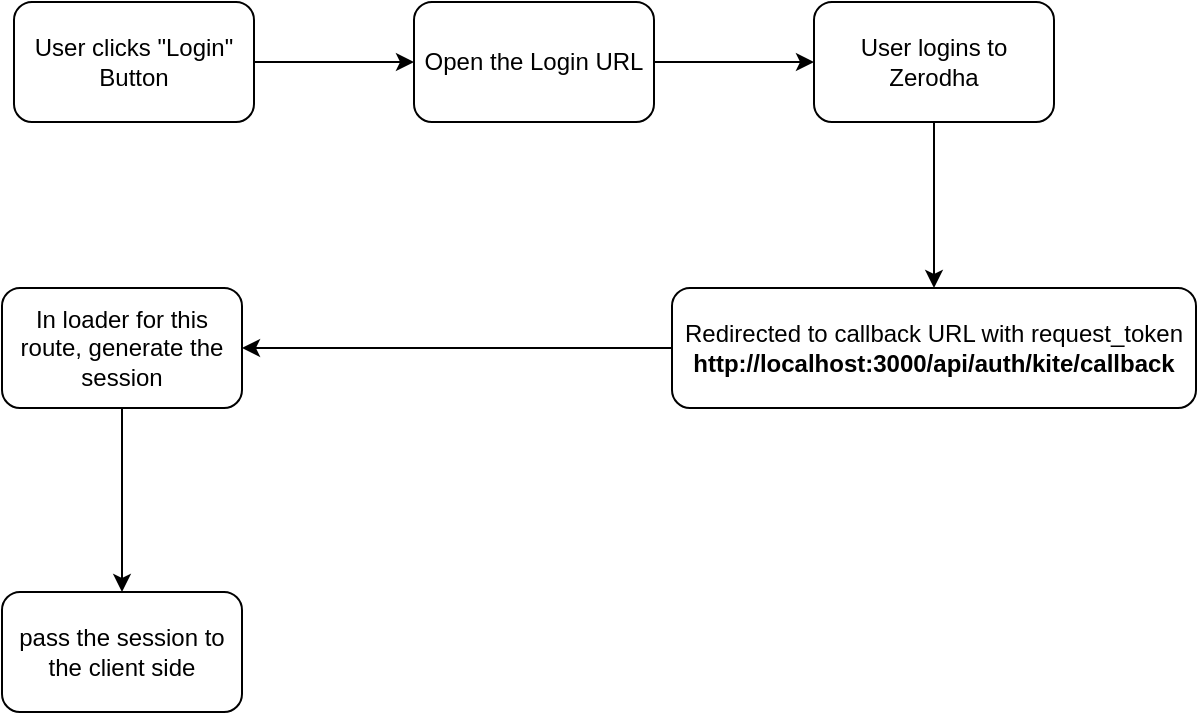
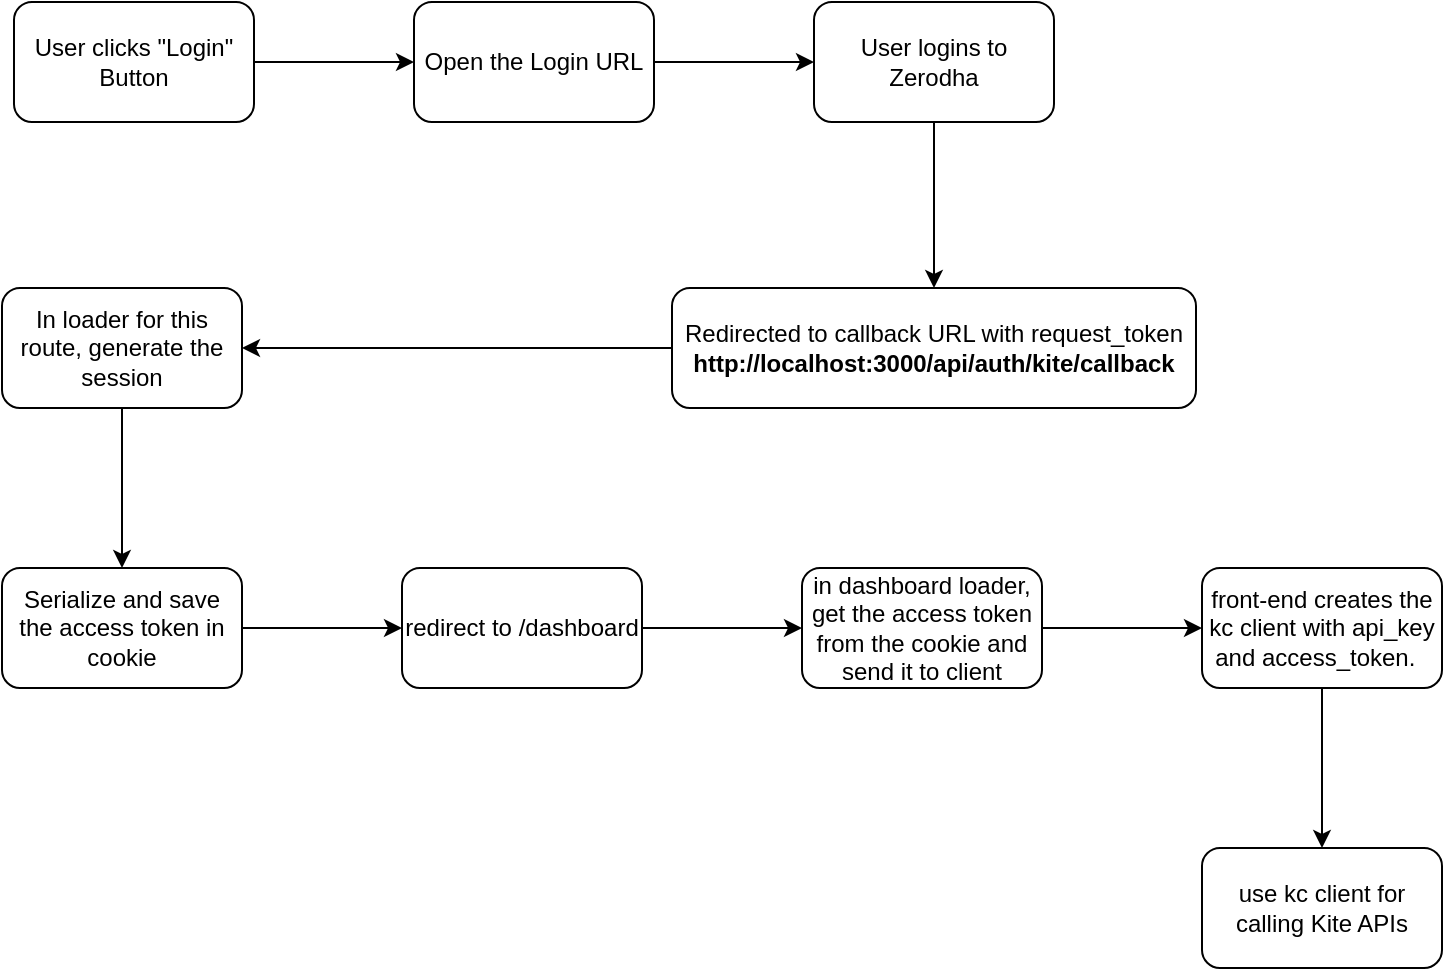
<mxfile host="app.diagrams.net" pages="3">
  <diagram id="4KjMPYYtLXdBkkJX1B08" name="Auth">
-     <mxGraphModel dx="957" dy="626" grid="0" gridSize="10" guides="1" tooltips="1" connect="1" arrows="1" fold="1" page="0" pageScale="1" pageWidth="402" pageHeight="874" math="0" shadow="0">
+     <mxGraphModel dx="1276" dy="835" grid="0" gridSize="10" guides="1" tooltips="1" connect="1" arrows="1" fold="1" page="0" pageScale="1" pageWidth="402" pageHeight="874" math="0" shadow="0">
      <root>
        <mxCell id="0" />
        <mxCell id="1" parent="0" />
        <mxCell id="pPH6oVQiPgVcm9OUePWL-3" edge="1" parent="1" source="pPH6oVQiPgVcm9OUePWL-1" style="edgeStyle=orthogonalEdgeStyle;rounded=0;orthogonalLoop=1;jettySize=auto;html=1;" target="pPH6oVQiPgVcm9OUePWL-2" value="">
          <mxGeometry relative="1" as="geometry" />
        </mxCell>
        <mxCell id="pPH6oVQiPgVcm9OUePWL-1" parent="1" style="rounded=1;whiteSpace=wrap;html=1;" value="User clicks &quot;Login&quot; Button" vertex="1">
          <mxGeometry height="60" width="120" x="23" y="101" as="geometry" />
        </mxCell>
        <mxCell id="pPH6oVQiPgVcm9OUePWL-5" edge="1" parent="1" source="pPH6oVQiPgVcm9OUePWL-2" style="edgeStyle=orthogonalEdgeStyle;rounded=0;orthogonalLoop=1;jettySize=auto;html=1;" target="pPH6oVQiPgVcm9OUePWL-4" value="">
          <mxGeometry relative="1" as="geometry" />
        </mxCell>
        <mxCell id="pPH6oVQiPgVcm9OUePWL-2" parent="1" style="whiteSpace=wrap;html=1;rounded=1;" value="Open the Login URL" vertex="1">
          <mxGeometry height="60" width="120" x="223" y="101" as="geometry" />
        </mxCell>
        <mxCell id="pPH6oVQiPgVcm9OUePWL-7" edge="1" parent="1" source="pPH6oVQiPgVcm9OUePWL-4" style="edgeStyle=orthogonalEdgeStyle;rounded=0;orthogonalLoop=1;jettySize=auto;html=1;" target="pPH6oVQiPgVcm9OUePWL-6" value="">
          <mxGeometry relative="1" as="geometry" />
        </mxCell>
        <mxCell id="pPH6oVQiPgVcm9OUePWL-4" parent="1" style="whiteSpace=wrap;html=1;rounded=1;" value="User logins to Zerodha" vertex="1">
          <mxGeometry height="60" width="120" x="423" y="101" as="geometry" />
        </mxCell>
        <mxCell id="pPH6oVQiPgVcm9OUePWL-9" edge="1" parent="1" source="pPH6oVQiPgVcm9OUePWL-6" style="edgeStyle=orthogonalEdgeStyle;rounded=0;orthogonalLoop=1;jettySize=auto;html=1;" target="pPH6oVQiPgVcm9OUePWL-8" value="">
          <mxGeometry relative="1" as="geometry" />
        </mxCell>
        <mxCell id="pPH6oVQiPgVcm9OUePWL-6" parent="1" style="whiteSpace=wrap;html=1;rounded=1;" value="Redirected to callback URL with request_token&lt;br&gt;&lt;b&gt;http://localhost:3000/api/auth/kite/callback&lt;/b&gt;" vertex="1">
          <mxGeometry height="60" width="262" x="352" y="244" as="geometry" />
        </mxCell>
-         <mxCell id="pPH6oVQiPgVcm9OUePWL-11" edge="1" parent="1" source="pPH6oVQiPgVcm9OUePWL-8" style="edgeStyle=orthogonalEdgeStyle;rounded=0;orthogonalLoop=1;jettySize=auto;html=1;" target="pPH6oVQiPgVcm9OUePWL-10" value="">
+         <mxCell id="pPH6oVQiPgVcm9OUePWL-13" edge="1" parent="1" source="pPH6oVQiPgVcm9OUePWL-8" style="edgeStyle=orthogonalEdgeStyle;rounded=0;orthogonalLoop=1;jettySize=auto;html=1;" target="pPH6oVQiPgVcm9OUePWL-12" value="">
          <mxGeometry relative="1" as="geometry" />
        </mxCell>
        <mxCell id="pPH6oVQiPgVcm9OUePWL-8" parent="1" style="whiteSpace=wrap;html=1;rounded=1;" value="In loader for this route, generate the session" vertex="1">
          <mxGeometry height="60" width="120" x="17" y="244" as="geometry" />
        </mxCell>
-         <mxCell id="pPH6oVQiPgVcm9OUePWL-10" parent="1" style="whiteSpace=wrap;html=1;rounded=1;" value="pass the session to the client side" vertex="1">
-           <mxGeometry height="60" width="120" x="17" y="396" as="geometry" />
+         <mxCell id="pPH6oVQiPgVcm9OUePWL-15" edge="1" parent="1" source="pPH6oVQiPgVcm9OUePWL-12" style="edgeStyle=orthogonalEdgeStyle;rounded=0;orthogonalLoop=1;jettySize=auto;html=1;" target="pPH6oVQiPgVcm9OUePWL-14" value="">
+           <mxGeometry relative="1" as="geometry" />
+         </mxCell>
+         <mxCell id="pPH6oVQiPgVcm9OUePWL-12" parent="1" style="whiteSpace=wrap;html=1;rounded=1;" value="Serialize and save the access token in cookie" vertex="1">
+           <mxGeometry height="60" width="120" x="17" y="384" as="geometry" />
+         </mxCell>
+         <mxCell id="pPH6oVQiPgVcm9OUePWL-17" edge="1" parent="1" source="pPH6oVQiPgVcm9OUePWL-14" style="edgeStyle=orthogonalEdgeStyle;rounded=0;orthogonalLoop=1;jettySize=auto;html=1;" target="pPH6oVQiPgVcm9OUePWL-16" value="">
+           <mxGeometry relative="1" as="geometry" />
+         </mxCell>
+         <mxCell id="pPH6oVQiPgVcm9OUePWL-14" parent="1" style="whiteSpace=wrap;html=1;rounded=1;" value="redirect to /dashboard" vertex="1">
+           <mxGeometry height="60" width="120" x="217" y="384" as="geometry" />
+         </mxCell>
+         <mxCell id="pPH6oVQiPgVcm9OUePWL-19" edge="1" parent="1" source="pPH6oVQiPgVcm9OUePWL-16" style="edgeStyle=orthogonalEdgeStyle;rounded=0;orthogonalLoop=1;jettySize=auto;html=1;" target="pPH6oVQiPgVcm9OUePWL-18" value="">
+           <mxGeometry relative="1" as="geometry" />
+         </mxCell>
+         <mxCell id="pPH6oVQiPgVcm9OUePWL-16" parent="1" style="whiteSpace=wrap;html=1;rounded=1;" value="in dashboard loader, get the access token from the cookie and send it to client" vertex="1">
+           <mxGeometry height="60" width="120" x="417" y="384" as="geometry" />
+         </mxCell>
+         <mxCell id="pPH6oVQiPgVcm9OUePWL-21" edge="1" parent="1" source="pPH6oVQiPgVcm9OUePWL-18" style="edgeStyle=orthogonalEdgeStyle;rounded=0;orthogonalLoop=1;jettySize=auto;html=1;" target="pPH6oVQiPgVcm9OUePWL-20" value="">
+           <mxGeometry relative="1" as="geometry" />
+         </mxCell>
+         <mxCell id="pPH6oVQiPgVcm9OUePWL-18" parent="1" style="whiteSpace=wrap;html=1;rounded=1;" value="front-end creates the kc client with api_key and access_token.&amp;nbsp;&amp;nbsp;" vertex="1">
+           <mxGeometry height="60" width="120" x="617" y="384" as="geometry" />
+         </mxCell>
+         <mxCell id="pPH6oVQiPgVcm9OUePWL-20" parent="1" style="whiteSpace=wrap;html=1;rounded=1;" value="use kc client for calling Kite APIs" vertex="1">
+           <mxGeometry height="60" width="120" x="617" y="524" as="geometry" />
        </mxCell>
      </root>
    </mxGraphModel>
  </diagram>
  <diagram name="UI/UX" id="5MV4RERJIjpIYta4IkZD">
    <mxGraphModel dx="3134" dy="2189" grid="0" gridSize="10" guides="1" tooltips="1" connect="1" arrows="1" fold="1" page="0" pageScale="1" pageWidth="402" pageHeight="874" background="#ffffff" math="0" shadow="0">
      <root>
        <mxCell id="0" />
        <mxCell id="1" parent="0" />
        <mxCell id="ExlUUjPYo0Ii6ma58Pc_-14" parent="1" style="rounded=1;whiteSpace=wrap;html=1;" value="" vertex="1">
          <mxGeometry height="321" width="1097" x="-296" y="-20" as="geometry" />
        </mxCell>
        <mxCell id="ExlUUjPYo0Ii6ma58Pc_-13" parent="1" style="rounded=1;whiteSpace=wrap;html=1;" value="" vertex="1">
          <mxGeometry height="321" width="1097" x="-287" y="732" as="geometry" />
        </mxCell>
        <mxCell id="iMmVTYed4h1aN_pzg3ix-1" parent="1" style="text;html=1;whiteSpace=wrap;strokeColor=none;fillColor=none;align=center;verticalAlign=middle;rounded=0;fontStyle=1;fontSize=48;fontColor=light-dark(#7a7978, #ededed);" value="Net Qty." vertex="1">
          <mxGeometry height="59" width="60" x="-120" y="72" as="geometry" />
        </mxCell>
        <mxCell id="iMmVTYed4h1aN_pzg3ix-2" parent="1" style="text;html=1;whiteSpace=wrap;strokeColor=none;fillColor=none;align=center;verticalAlign=middle;rounded=0;fontStyle=1;fontSize=48;fontColor=light-dark(#7a7978, #ededed);" value="AVG. PRICE" vertex="1">
          <mxGeometry height="59" width="60" x="149" y="61" as="geometry" />
        </mxCell>
        <mxCell id="iMmVTYed4h1aN_pzg3ix-3" parent="1" style="text;html=1;whiteSpace=wrap;strokeColor=none;fillColor=none;align=center;verticalAlign=middle;rounded=0;fontStyle=1;fontSize=48;fontColor=light-dark(#7a7978, #ededed);" value="LTP" vertex="1">
          <mxGeometry height="59" width="60" x="418" y="61" as="geometry" />
        </mxCell>
        <mxCell id="iMmVTYed4h1aN_pzg3ix-4" parent="1" style="text;html=1;whiteSpace=wrap;strokeColor=none;fillColor=none;align=center;verticalAlign=middle;rounded=0;fontStyle=1;fontSize=48;fontColor=light-dark(#7a7978, #ededed);" value="PnL" vertex="1">
          <mxGeometry height="59" width="60" x="687" y="61" as="geometry" />
        </mxCell>
        <mxCell id="iMmVTYed4h1aN_pzg3ix-5" parent="1" style="text;html=1;whiteSpace=wrap;strokeColor=none;fillColor=none;align=center;verticalAlign=middle;rounded=0;fontSize=36;fontStyle=1" value="100" vertex="1">
          <mxGeometry height="30" width="60" x="-120" y="211" as="geometry" />
        </mxCell>
        <mxCell id="iMmVTYed4h1aN_pzg3ix-6" parent="1" style="text;html=1;whiteSpace=wrap;strokeColor=none;fillColor=none;align=center;verticalAlign=middle;rounded=0;fontSize=36;fontStyle=1" value="36.40" vertex="1">
          <mxGeometry height="30" width="60" x="149" y="211" as="geometry" />
        </mxCell>
        <mxCell id="iMmVTYed4h1aN_pzg3ix-7" parent="1" style="text;html=1;whiteSpace=wrap;strokeColor=none;fillColor=none;align=center;verticalAlign=middle;rounded=0;fontSize=36;fontStyle=1" value="37.45" vertex="1">
          <mxGeometry height="30" width="60" x="418" y="211" as="geometry" />
        </mxCell>
        <mxCell id="iMmVTYed4h1aN_pzg3ix-8" parent="1" style="text;html=1;whiteSpace=wrap;strokeColor=none;fillColor=none;align=center;verticalAlign=middle;rounded=0;fontSize=36;fontStyle=1" value="100" vertex="1">
          <mxGeometry height="30" width="60" x="687" y="211" as="geometry" />
        </mxCell>
        <mxCell id="7si3vGMUa6yKKs87A3T9-2" edge="1" parent="1" source="7si3vGMUa6yKKs87A3T9-1" style="edgeStyle=orthogonalEdgeStyle;rounded=0;orthogonalLoop=1;jettySize=auto;html=1;exitX=0.5;exitY=0;exitDx=0;exitDy=0;entryX=0;entryY=0.5;entryDx=0;entryDy=0;" target="iMmVTYed4h1aN_pzg3ix-5">
          <mxGeometry relative="1" as="geometry">
            <Array as="points">
              <mxPoint x="-283" y="227" />
              <mxPoint x="-139" y="227" />
            </Array>
            <mxPoint x="-139.09090909090924" y="259.27272727272725" as="targetPoint" />
          </mxGeometry>
        </mxCell>
        <mxCell id="7si3vGMUa6yKKs87A3T9-1" parent="1" style="text;html=1;whiteSpace=wrap;strokeColor=none;fillColor=none;align=center;verticalAlign=middle;rounded=0;fontStyle=1" value="Red color if negative, blue color if positive" vertex="1">
          <mxGeometry height="70" width="129" x="-347" y="453" as="geometry" />
        </mxCell>
        <mxCell id="7si3vGMUa6yKKs87A3T9-4" edge="1" parent="1" source="7si3vGMUa6yKKs87A3T9-3" style="edgeStyle=orthogonalEdgeStyle;rounded=0;orthogonalLoop=1;jettySize=auto;html=1;entryX=0.5;entryY=1;entryDx=0;entryDy=0;" target="iMmVTYed4h1aN_pzg3ix-8">
          <mxGeometry relative="1" as="geometry" />
        </mxCell>
        <mxCell id="7si3vGMUa6yKKs87A3T9-3" parent="1" style="text;html=1;whiteSpace=wrap;strokeColor=none;fillColor=none;align=center;verticalAlign=middle;rounded=0;fontStyle=1" value="Red color if negative, blue color if positive" vertex="1">
          <mxGeometry height="70" width="129" x="681" y="398" as="geometry" />
        </mxCell>
        <mxCell id="7si3vGMUa6yKKs87A3T9-5" parent="1" style="text;html=1;whiteSpace=wrap;strokeColor=none;fillColor=none;align=center;verticalAlign=middle;rounded=0;" value="Will receive the following props:&lt;br&gt;netQuantity: number;&lt;br&gt;&lt;div&gt;averagePrice: number&lt;/div&gt;&lt;div&gt;ltp: number;&lt;/div&gt;" vertex="1">
          <mxGeometry height="101" width="203" x="-25" y="355" as="geometry" />
        </mxCell>
        <mxCell id="7si3vGMUa6yKKs87A3T9-6" parent="1" style="text;html=1;whiteSpace=wrap;strokeColor=none;fillColor=none;align=center;verticalAlign=middle;rounded=0;" value="PnL needs to be calculated by the component" vertex="1">
          <mxGeometry height="101" width="203" x="-21" y="482" as="geometry" />
        </mxCell>
        <mxCell id="7si3vGMUa6yKKs87A3T9-7" parent="1" style="text;html=1;whiteSpace=wrap;strokeColor=none;fillColor=none;align=center;verticalAlign=middle;rounded=0;fontStyle=1;fontSize=48;fontColor=light-dark(#7a7978, #ededed);" value="Net Qty." vertex="1">
          <mxGeometry height="59" width="60" x="-186" y="816" as="geometry" />
        </mxCell>
        <mxCell id="7si3vGMUa6yKKs87A3T9-8" parent="1" style="text;html=1;whiteSpace=wrap;strokeColor=none;fillColor=none;align=center;verticalAlign=middle;rounded=0;fontStyle=1;fontSize=48;fontColor=light-dark(#7a7978, #ededed);" value="AVG. PRICE" vertex="1">
          <mxGeometry height="59" width="60" x="83" y="805" as="geometry" />
        </mxCell>
        <mxCell id="7si3vGMUa6yKKs87A3T9-9" parent="1" style="text;html=1;whiteSpace=wrap;strokeColor=none;fillColor=none;align=center;verticalAlign=middle;rounded=0;fontStyle=1;fontSize=48;fontColor=light-dark(#7a7978, #ededed);" value="LTP" vertex="1">
          <mxGeometry height="59" width="60" x="352" y="805" as="geometry" />
        </mxCell>
        <mxCell id="7si3vGMUa6yKKs87A3T9-10" parent="1" style="text;html=1;whiteSpace=wrap;strokeColor=none;fillColor=none;align=center;verticalAlign=middle;rounded=0;fontStyle=1;fontSize=48;fontColor=light-dark(#7a7978, #ededed);" value="PnL" vertex="1">
          <mxGeometry height="59" width="60" x="621" y="805" as="geometry" />
        </mxCell>
        <mxCell id="7si3vGMUa6yKKs87A3T9-11" parent="1" style="text;html=1;whiteSpace=wrap;strokeColor=none;fillColor=none;align=center;verticalAlign=middle;rounded=0;fontSize=18;fontStyle=1" value="{props.netQuantity}" vertex="1">
          <mxGeometry height="30" width="60" x="-186" y="955" as="geometry" />
        </mxCell>
        <mxCell id="7si3vGMUa6yKKs87A3T9-12" parent="1" style="text;html=1;whiteSpace=wrap;strokeColor=none;fillColor=none;align=center;verticalAlign=middle;rounded=0;fontSize=18;fontStyle=1" value="&lt;div&gt;{props.averagePrice}&lt;/div&gt;" vertex="1">
          <mxGeometry height="30" width="60" x="83" y="955" as="geometry" />
        </mxCell>
        <mxCell id="7si3vGMUa6yKKs87A3T9-13" parent="1" style="text;html=1;whiteSpace=wrap;strokeColor=none;fillColor=none;align=center;verticalAlign=middle;rounded=0;fontSize=18;fontStyle=1" value="{props.ltp}" vertex="1">
          <mxGeometry height="30" width="60" x="352" y="955" as="geometry" />
        </mxCell>
        <mxCell id="7si3vGMUa6yKKs87A3T9-14" parent="1" style="text;html=1;whiteSpace=wrap;strokeColor=none;fillColor=none;align=center;verticalAlign=middle;rounded=0;fontSize=18;fontStyle=1" value="{pnl}" vertex="1">
          <mxGeometry height="30" width="60" x="621" y="955" as="geometry" />
        </mxCell>
        <mxCell id="ExlUUjPYo0Ii6ma58Pc_-1" parent="1" style="rounded=1;whiteSpace=wrap;html=1;" value="" vertex="1">
          <mxGeometry height="321" width="1253" x="-202" y="1234" as="geometry" />
        </mxCell>
        <mxCell id="ExlUUjPYo0Ii6ma58Pc_-2" parent="1" style="text;html=1;whiteSpace=wrap;strokeColor=none;fillColor=none;align=center;verticalAlign=middle;rounded=0;fontStyle=1;fontSize=48;fontColor=light-dark(#7a7978, #ededed);" value="Total Margin" vertex="1">
          <mxGeometry height="59" width="168" x="-154" y="1292" as="geometry" />
        </mxCell>
        <mxCell id="ExlUUjPYo0Ii6ma58Pc_-3" parent="1" style="text;html=1;whiteSpace=wrap;strokeColor=none;fillColor=none;align=center;verticalAlign=middle;rounded=0;fontStyle=1;fontSize=48;fontColor=light-dark(#7a7978, #ededed);" value="Utilized Margin" vertex="1">
          <mxGeometry height="59" width="168" x="330" y="1295" as="geometry" />
        </mxCell>
        <mxCell id="ExlUUjPYo0Ii6ma58Pc_-4" parent="1" style="text;html=1;whiteSpace=wrap;strokeColor=none;fillColor=none;align=center;verticalAlign=middle;rounded=0;fontStyle=1;fontSize=48;fontColor=light-dark(#7a7978, #ededed);" value="Net Margin" vertex="1">
          <mxGeometry height="59" width="168" x="813" y="1289" as="geometry" />
        </mxCell>
        <mxCell id="ExlUUjPYo0Ii6ma58Pc_-5" parent="1" style="text;html=1;whiteSpace=wrap;strokeColor=none;fillColor=none;align=center;verticalAlign=middle;rounded=0;fontSize=42;" value="₹2000" vertex="1">
          <mxGeometry height="30" width="60" x="-100" y="1412" as="geometry" />
        </mxCell>
        <mxCell id="ExlUUjPYo0Ii6ma58Pc_-7" parent="1" style="text;html=1;whiteSpace=wrap;strokeColor=none;fillColor=none;align=center;verticalAlign=middle;rounded=0;fontSize=42;" value="₹200" vertex="1">
          <mxGeometry height="30" width="60" x="384" y="1412" as="geometry" />
        </mxCell>
        <mxCell id="ExlUUjPYo0Ii6ma58Pc_-8" parent="1" style="text;html=1;whiteSpace=wrap;strokeColor=none;fillColor=none;align=center;verticalAlign=middle;rounded=0;fontSize=42;" value="₹1800" vertex="1">
          <mxGeometry height="30" width="60" x="867" y="1412" as="geometry" />
        </mxCell>
        <mxCell id="ExlUUjPYo0Ii6ma58Pc_-9" parent="1" style="html=1;shadow=0;dashed=0;shape=mxgraph.bootstrap.rrect;rSize=5;fillColor=#E9ECEF;strokeColor=none;" value="" vertex="1">
          <mxGeometry height="20" width="800" x="24.5" y="1507" as="geometry" />
        </mxCell>
        <mxCell id="ExlUUjPYo0Ii6ma58Pc_-10" parent="ExlUUjPYo0Ii6ma58Pc_-9" style="html=1;shadow=0;dashed=0;shape=mxgraph.bootstrap.leftButton;rSize=5;fillColor=#1CA5B8;strokeColor=none;resizeHeight=1;" value="" vertex="1">
          <mxGeometry height="20" relative="1" width="250" as="geometry" />
        </mxCell>
        <mxCell id="ExlUUjPYo0Ii6ma58Pc_-11" parent="1" style="text;html=1;whiteSpace=wrap;strokeColor=none;fillColor=none;align=center;verticalAlign=middle;rounded=0;fontSize=24;" value="The max value on the progress bar is the total margin and the filled in part is the utilized margin" vertex="1">
          <mxGeometry height="92" width="269" x="175" y="1620" as="geometry" />
        </mxCell>
        <mxCell id="ExlUUjPYo0Ii6ma58Pc_-12" edge="1" parent="1" source="ExlUUjPYo0Ii6ma58Pc_-11" style="edgeStyle=orthogonalEdgeStyle;rounded=0;orthogonalLoop=1;jettySize=auto;html=1;exitX=0.5;exitY=0;exitDx=0;exitDy=0;entryX=0.412;entryY=0.999;entryDx=0;entryDy=0;entryPerimeter=0;" target="ExlUUjPYo0Ii6ma58Pc_-1">
          <mxGeometry relative="1" as="geometry" />
        </mxCell>
      </root>
    </mxGraphModel>
  </diagram>
  <diagram id="dmkDPsUycKQvBsQ4H3Di" name="Kite-Fly-Ticker-Architecture">
    <mxGraphModel dx="1357" dy="626" grid="0" gridSize="10" guides="1" tooltips="1" connect="1" arrows="1" fold="1" page="0" pageScale="1" pageWidth="402" pageHeight="874" math="0" shadow="0">
      <root>
        <mxCell id="0" />
        <mxCell id="1" parent="0" />
        <mxCell id="FDZGNOtkY16CQce4NqAR-3" edge="1" parent="1" source="FDZGNOtkY16CQce4NqAR-1" style="edgeStyle=orthogonalEdgeStyle;rounded=0;orthogonalLoop=1;jettySize=auto;html=1;" target="FDZGNOtkY16CQce4NqAR-2" value="">
          <mxGeometry relative="1" as="geometry" />
        </mxCell>
        <mxCell id="FDZGNOtkY16CQce4NqAR-1" parent="1" style="rounded=1;whiteSpace=wrap;html=1;" value="Client posts a request - for example:&lt;br&gt;&lt;div&gt;&lt;br&gt;&lt;/div&gt;&lt;br&gt;&lt;div&gt;fetch(&quot;http://localhost:3000/api/ltp&quot;, () =&amp;gt; {&lt;/div&gt;&lt;div&gt;method: &quot;POST&quot;,&lt;/div&gt;&lt;div&gt;body: JSON.stringify({&lt;/div&gt;&lt;div&gt;instrument: &quot;WIPRO&quot;,&lt;br&gt;ltp: 128.10&lt;/div&gt;&lt;div&gt;})&lt;/div&gt;&lt;div&gt;})&lt;br&gt;&lt;br&gt;The call is made from another site - for ex. https://kite.zerodha.com&lt;/div&gt;" vertex="1">
          <mxGeometry height="236" width="345" x="-33" y="45" as="geometry" />
        </mxCell>
        <mxCell id="FDZGNOtkY16CQce4NqAR-5" edge="1" parent="1" source="FDZGNOtkY16CQce4NqAR-2" style="edgeStyle=orthogonalEdgeStyle;rounded=0;orthogonalLoop=1;jettySize=auto;html=1;" target="FDZGNOtkY16CQce4NqAR-4" value="">
          <mxGeometry relative="1" as="geometry" />
        </mxCell>
        <mxCell id="FDZGNOtkY16CQce4NqAR-2" parent="1" style="whiteSpace=wrap;html=1;rounded=1;" value="SERVER" vertex="1">
          <mxGeometry height="60" width="120" x="504.5" y="98.5" as="geometry" />
        </mxCell>
        <mxCell id="FDZGNOtkY16CQce4NqAR-8" edge="1" parent="1" source="FDZGNOtkY16CQce4NqAR-4" style="edgeStyle=orthogonalEdgeStyle;rounded=0;orthogonalLoop=1;jettySize=auto;html=1;exitX=0.75;exitY=1;exitDx=0;exitDy=0;entryX=1;entryY=0.75;entryDx=0;entryDy=0;" target="FDZGNOtkY16CQce4NqAR-6">
          <mxGeometry relative="1" as="geometry" />
        </mxCell>
        <mxCell id="FDZGNOtkY16CQce4NqAR-4" parent="1" style="whiteSpace=wrap;html=1;rounded=1;" value="Websocket" vertex="1">
          <mxGeometry height="60" width="120" x="504.5" y="265" as="geometry" />
        </mxCell>
        <mxCell id="FDZGNOtkY16CQce4NqAR-7" edge="1" parent="1" source="FDZGNOtkY16CQce4NqAR-6" style="edgeStyle=orthogonalEdgeStyle;rounded=0;orthogonalLoop=1;jettySize=auto;html=1;entryX=0.5;entryY=1;entryDx=0;entryDy=0;" target="FDZGNOtkY16CQce4NqAR-4">
          <mxGeometry relative="1" as="geometry" />
        </mxCell>
        <mxCell id="FDZGNOtkY16CQce4NqAR-6" parent="1" style="rounded=1;whiteSpace=wrap;html=1;" value="On another client,&lt;div&gt;new Websocket()&lt;/div&gt;// receive the data which is sent from /api/ltp" vertex="1">
          <mxGeometry height="167" width="345" x="1" y="392" as="geometry" />
        </mxCell>
      </root>
    </mxGraphModel>
  </diagram>
</mxfile>
